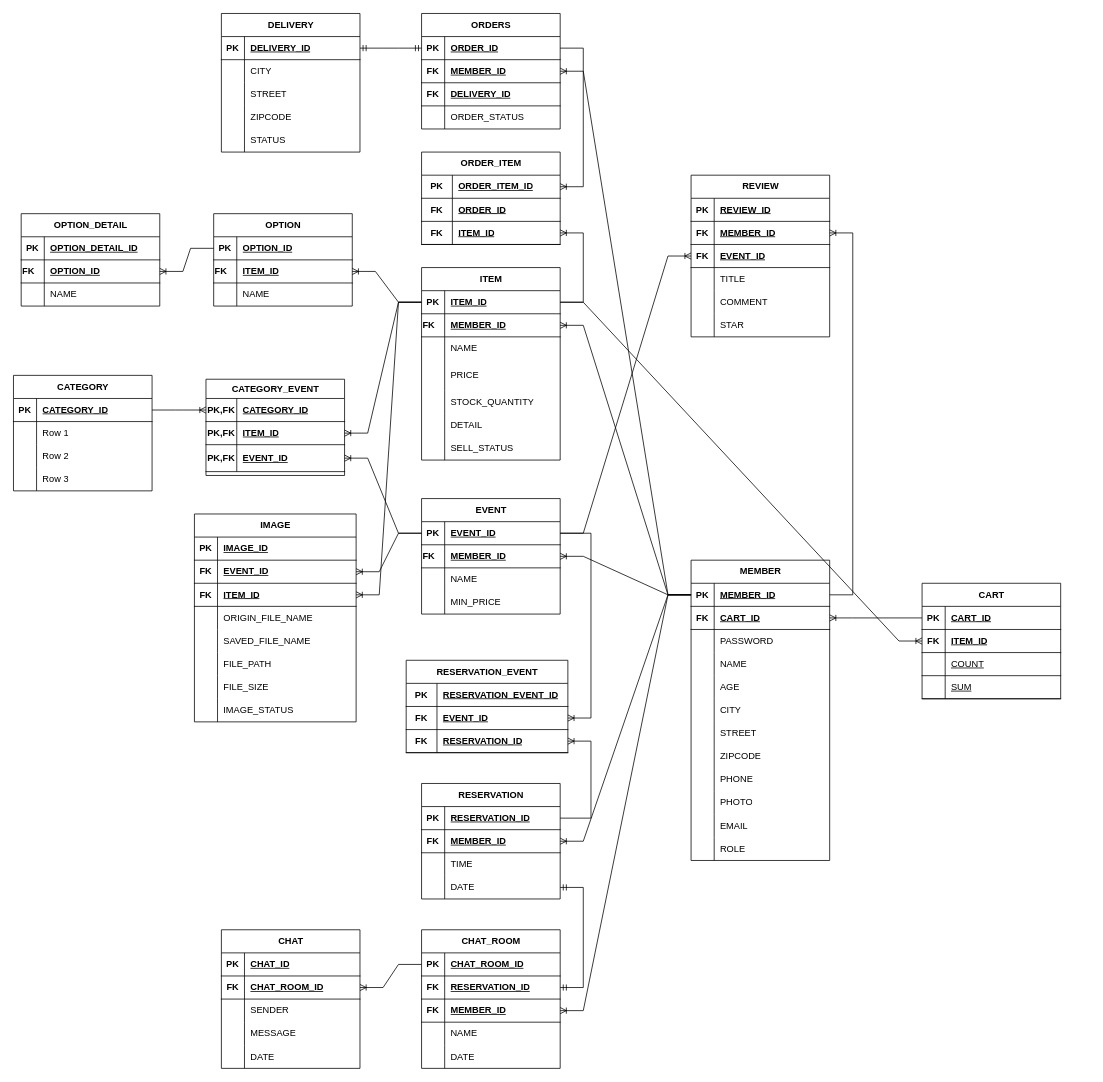
Earlier version of the draw.io diagram EventLinkERD.drawio (leeheeweon/EventLink). Source tidied: cells renumbered, new cells numbered last; positions are measured from the earlier drawing's top-left corner, leaving out a move shared by most shapes. Both pictures are drawn from the tidied source at 77%, with x=0, y=0 at pixel (13, 13).
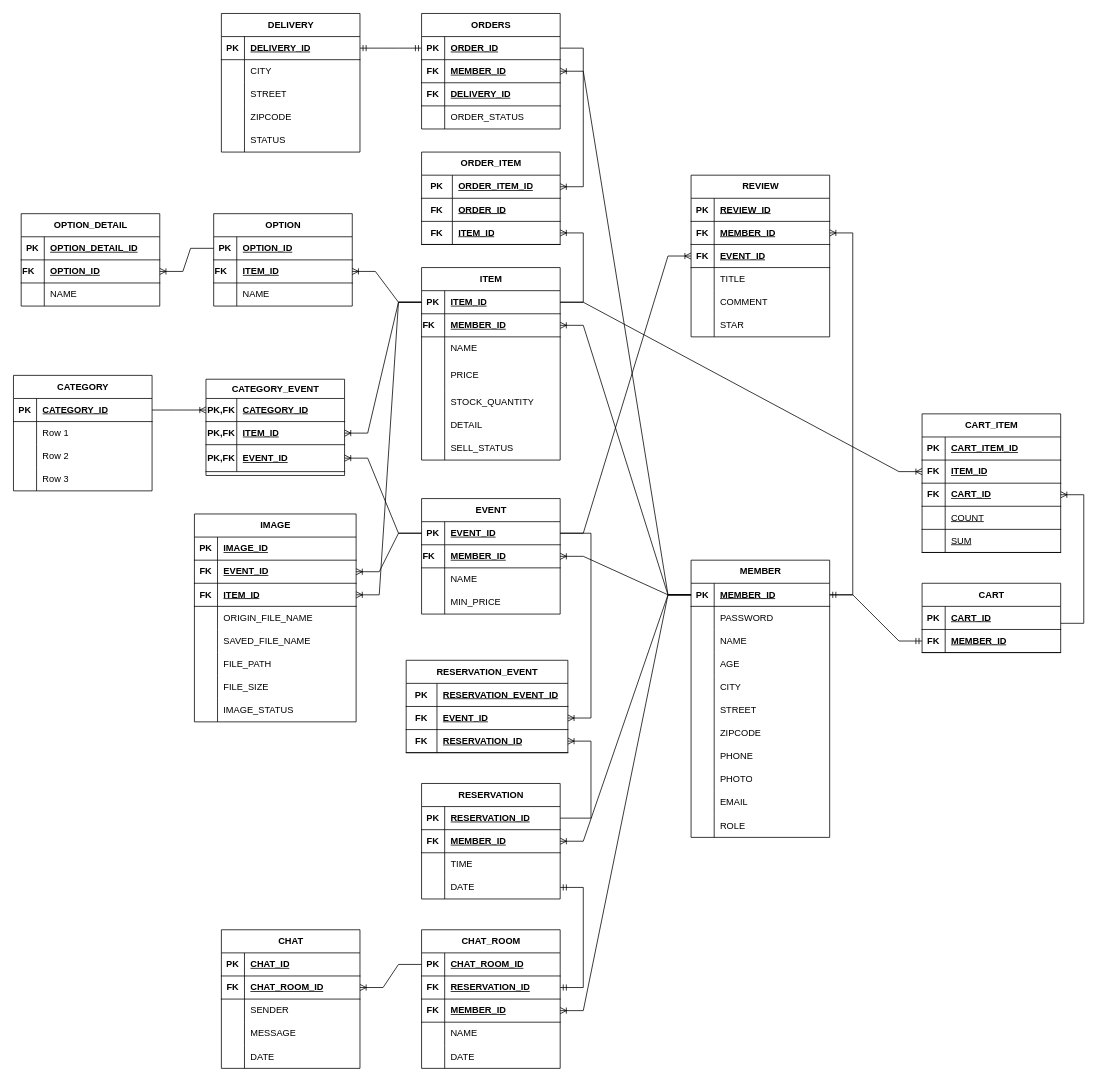
After the change.

Unchanged cells that the change refers to:
```xml
<mxCell id="113" style="shape=tableRow;horizontal=0;startSize=0;swimlaneHead=0;swimlaneBody=0;fillColor=none;points=[[0,0.5],[1,0.5]];portConstraint=eastwest;top=0;left=0;right=0;bottom=1;" parent="112" vertex="1">
  <mxGeometry y="30" width="180" height="30" as="geometry" />
</mxCell>
<mxCell id="177" style="shape=tableRow;horizontal=0;startSize=0;swimlaneHead=0;swimlaneBody=0;fillColor=none;points=[[0,0.5],[1,0.5]];portConstraint=eastwest;top=0;left=0;right=0;bottom=1;" parent="176" vertex="1">
  <mxGeometry y="30" width="180" height="30" as="geometry" />
</mxCell>
<mxCell id="213" style="shape=tableRow;horizontal=0;startSize=0;swimlaneHead=0;swimlaneBody=0;fillColor=none;points=[[0,0.5],[1,0.5]];portConstraint=eastwest;top=0;left=0;right=0;bottom=1;" parent="212" vertex="1">
  <mxGeometry y="30" width="180" height="30" as="geometry" />
</mxCell>
```

The edit, as a diff of the source:
```diff
@@
     <mxCell id="112" value="MEMBER" style="shape=table;startSize=30;childLayout=tableLayout;rowLines=0;fontStyle=1;align=center;html=1;" parent="1" vertex="1">
-      <mxGeometry x="880" y="710" width="180" height="390" as="geometry" />
+      <mxGeometry x="880" y="710" width="180" height="360" as="geometry" />
     </mxCell>
@@
-    <mxCell id="116" style="shape=tableRow;horizontal=0;startSize=0;swimlaneHead=0;swimlaneBody=0;fillColor=none;points=[[0,0.5],[1,0.5]];portConstraint=eastwest;top=0;left=0;right=0;bottom=1;" parent="112" vertex="1">
-      <mxGeometry y="60" width="180" height="30" as="geometry" />
-    </mxCell>
-    <mxCell id="117" value="FK" style="shape=partialRectangle;fillColor=none;top=0;left=0;bottom=0;right=0;fontStyle=1;overflow=hidden;whiteSpace=wrap;html=1;" parent="116" vertex="1">
-      <mxGeometry width="30" height="30" as="geometry" />
-    </mxCell>
-    <mxCell id="118" value="CART_ID" style="shape=partialRectangle;fillColor=none;top=0;left=0;bottom=0;right=0;align=left;spacingLeft=6;fontStyle=5;overflow=hidden;whiteSpace=wrap;html=1;" parent="116" vertex="1">
-      <mxGeometry x="30" width="150" height="30" as="geometry" />
-    </mxCell>
     <mxCell id="119" style="shape=tableRow;horizontal=0;startSize=0;swimlaneHead=0;swimlaneBody=0;fillColor=none;top=0;left=0;right=0;bottom=0;" parent="112" vertex="1">
-      <mxGeometry y="90" width="180" height="30" as="geometry" />
+      <mxGeometry y="60" width="180" height="30" as="geometry" />
     </mxCell>
@@
     <mxCell id="122" style="shape=tableRow;horizontal=0;startSize=0;swimlaneHead=0;swimlaneBody=0;fillColor=none;top=0;left=0;right=0;bottom=0;" parent="112" vertex="1">
-      <mxGeometry y="120" width="180" height="30" as="geometry" />
+      <mxGeometry y="90" width="180" height="30" as="geometry" />
     </mxCell>
@@
     <mxCell id="125" style="shape=tableRow;horizontal=0;startSize=0;swimlaneHead=0;swimlaneBody=0;fillColor=none;top=0;left=0;right=0;bottom=0;" parent="112" vertex="1">
-      <mxGeometry y="150" width="180" height="30" as="geometry" />
+      <mxGeometry y="120" width="180" height="30" as="geometry" />
     </mxCell>
@@
     <mxCell id="128" style="shape=tableRow;horizontal=0;startSize=0;swimlaneHead=0;swimlaneBody=0;fillColor=none;top=0;left=0;right=0;bottom=0;" parent="112" vertex="1">
-      <mxGeometry y="180" width="180" height="30" as="geometry" />
+      <mxGeometry y="150" width="180" height="30" as="geometry" />
     </mxCell>
@@
     <mxCell id="131" style="shape=tableRow;horizontal=0;startSize=0;swimlaneHead=0;swimlaneBody=0;fillColor=none;top=0;left=0;right=0;bottom=0;" parent="112" vertex="1">
-      <mxGeometry y="210" width="180" height="30" as="geometry" />
+      <mxGeometry y="180" width="180" height="30" as="geometry" />
     </mxCell>
@@
     <mxCell id="134" style="shape=tableRow;horizontal=0;startSize=0;swimlaneHead=0;swimlaneBody=0;fillColor=none;top=0;left=0;right=0;bottom=0;" parent="112" vertex="1">
-      <mxGeometry y="240" width="180" height="30" as="geometry" />
+      <mxGeometry y="210" width="180" height="30" as="geometry" />
     </mxCell>
@@
     <mxCell id="137" style="shape=tableRow;horizontal=0;startSize=0;swimlaneHead=0;swimlaneBody=0;fillColor=none;top=0;left=0;right=0;bottom=0;" parent="112" vertex="1">
-      <mxGeometry y="270" width="180" height="30" as="geometry" />
+      <mxGeometry y="240" width="180" height="30" as="geometry" />
     </mxCell>
@@
     <mxCell id="140" style="shape=tableRow;horizontal=0;startSize=0;swimlaneHead=0;swimlaneBody=0;fillColor=none;top=0;left=0;right=0;bottom=0;" parent="112" vertex="1">
-      <mxGeometry y="300" width="180" height="30" as="geometry" />
+      <mxGeometry y="270" width="180" height="30" as="geometry" />
     </mxCell>
@@
     <mxCell id="143" style="shape=tableRow;horizontal=0;startSize=0;swimlaneHead=0;swimlaneBody=0;fillColor=none;top=0;left=0;right=0;bottom=0;" parent="112" vertex="1">
-      <mxGeometry y="330" width="180" height="30" as="geometry" />
+      <mxGeometry y="300" width="180" height="30" as="geometry" />
     </mxCell>
@@
     <mxCell id="146" style="shape=tableRow;horizontal=0;startSize=0;swimlaneHead=0;swimlaneBody=0;fillColor=none;top=0;left=0;right=0;bottom=0;" parent="112" vertex="1">
-      <mxGeometry y="360" width="180" height="30" as="geometry" />
+      <mxGeometry y="330" width="180" height="30" as="geometry" />
     </mxCell>
@@
     <mxCell id="212" value="CART" style="shape=table;startSize=30;childLayout=tableLayout;rowLines=0;fontStyle=1;align=center;html=1;" parent="1" vertex="1">
-      <mxGeometry x="1180" y="740" width="180" height="150" as="geometry" />
+      <mxGeometry x="1180" y="740" width="180" height="90" as="geometry" />
     </mxCell>
@@
-    <mxCell id="216" style="shape=tableRow;horizontal=0;startSize=0;swimlaneHead=0;swimlaneBody=0;fillColor=none;points=[[0,0.5],[1,0.5]];portConstraint=eastwest;top=0;left=0;right=0;bottom=1;" parent="212" vertex="1">
-      <mxGeometry y="60" width="180" height="30" as="geometry" />
-    </mxCell>
-    <mxCell id="217" value="FK" style="shape=partialRectangle;fillColor=none;top=0;left=0;bottom=0;right=0;fontStyle=1;overflow=hidden;whiteSpace=wrap;html=1;" parent="216" vertex="1">
-      <mxGeometry width="30" height="30" as="geometry" />
-    </mxCell>
-    <mxCell id="218" value="ITEM_ID" style="shape=partialRectangle;fillColor=none;top=0;left=0;bottom=0;right=0;align=left;spacingLeft=6;fontStyle=5;overflow=hidden;whiteSpace=wrap;html=1;" parent="216" vertex="1">
-      <mxGeometry x="30" width="150" height="30" as="geometry" />
-    </mxCell>
-    <mxCell id="219" style="shape=tableRow;horizontal=0;startSize=0;swimlaneHead=0;swimlaneBody=0;fillColor=none;points=[[0,0.5],[1,0.5]];portConstraint=eastwest;top=0;left=0;right=0;bottom=1;" parent="212" vertex="1">
-      <mxGeometry y="90" width="180" height="30" as="geometry" />
-    </mxCell>
-    <mxCell id="220" style="shape=partialRectangle;fillColor=none;top=0;left=0;bottom=0;right=0;fontStyle=1;overflow=hidden;whiteSpace=wrap;html=1;strokeColor=default;" parent="219" vertex="1">
-      <mxGeometry width="30" height="30" as="geometry" />
-    </mxCell>
-    <mxCell id="221" value="&lt;span style=&quot;font-weight: normal;&quot;&gt;COUNT&lt;/span&gt;" style="shape=partialRectangle;fillColor=none;top=0;left=0;bottom=0;right=0;align=left;spacingLeft=6;fontStyle=5;overflow=hidden;whiteSpace=wrap;html=1;strokeColor=default;" parent="219" vertex="1">
-      <mxGeometry x="30" width="150" height="30" as="geometry" />
-    </mxCell>
-    <mxCell id="222" style="shape=tableRow;horizontal=0;startSize=0;swimlaneHead=0;swimlaneBody=0;fillColor=none;top=0;left=0;right=0;bottom=1;" parent="212" vertex="1">
-      <mxGeometry y="120" width="180" height="30" as="geometry" />
-    </mxCell>
-    <mxCell id="223" style="shape=partialRectangle;fillColor=none;top=0;left=0;bottom=0;right=0;fontStyle=1;overflow=hidden;whiteSpace=wrap;html=1;strokeColor=default;" parent="222" vertex="1">
-      <mxGeometry width="30" height="30" as="geometry" />
-    </mxCell>
-    <mxCell id="224" value="&lt;span style=&quot;font-weight: normal;&quot;&gt;SUM&lt;/span&gt;" style="shape=partialRectangle;fillColor=none;top=0;left=0;bottom=0;right=0;align=left;spacingLeft=6;fontStyle=5;overflow=hidden;whiteSpace=wrap;html=1;strokeColor=default;" parent="222" vertex="1">
-      <mxGeometry x="30" width="150" height="30" as="geometry" />
-    </mxCell>
+    <mxCell id="291" style="shape=tableRow;horizontal=0;startSize=0;swimlaneHead=0;swimlaneBody=0;fillColor=none;points=[[0,0.5],[1,0.5]];portConstraint=eastwest;top=0;left=0;right=0;bottom=1;" parent="212" vertex="1">
+      <mxGeometry y="60" width="180" height="30" as="geometry" />
+    </mxCell>
+    <mxCell id="292" value="FK" style="shape=partialRectangle;fillColor=none;top=0;left=0;bottom=0;right=0;fontStyle=1;overflow=hidden;whiteSpace=wrap;html=1;" parent="291" vertex="1">
+      <mxGeometry width="30" height="30" as="geometry" />
+    </mxCell>
+    <mxCell id="293" value="MEMBER_ID" style="shape=partialRectangle;fillColor=none;top=0;left=0;bottom=0;right=0;align=left;spacingLeft=6;fontStyle=5;overflow=hidden;whiteSpace=wrap;html=1;" parent="291" vertex="1">
+      <mxGeometry x="30" width="150" height="30" as="geometry" />
+    </mxCell>
@@
-    <mxCell id="289" style="edgeStyle=entityRelationEdgeStyle;fontSize=12;html=1;endArrow=ERoneToMany;rounded=0;" parent="1" edge="1" source="177" target="216">
+    <mxCell id="289" style="edgeStyle=entityRelationEdgeStyle;fontSize=12;html=1;endArrow=ERoneToMany;rounded=0;" parent="1" edge="1" source="177" target="298">
       <mxGeometry relative="1" as="geometry" />
     </mxCell>
-    <mxCell id="290" style="edgeStyle=entityRelationEdgeStyle;fontSize=12;html=1;endArrow=ERoneToMany;rounded=0;exitX=0;exitY=0.5;exitDx=0;exitDy=0;" parent="1" edge="1" source="213" target="116">
-      <mxGeometry relative="1" as="geometry" />
-    </mxCell>
+    <mxCell id="294" value="CART_ITEM" style="shape=table;startSize=30;childLayout=tableLayout;rowLines=0;fontStyle=1;align=center;html=1;" parent="1" vertex="1">
+      <mxGeometry x="1180" y="520" width="180" height="180" as="geometry" />
+    </mxCell>
+    <mxCell id="295" style="shape=tableRow;horizontal=0;startSize=0;swimlaneHead=0;swimlaneBody=0;fillColor=none;top=0;left=0;right=0;bottom=1;" parent="294" vertex="1">
+      <mxGeometry y="30" width="180" height="30" as="geometry" />
+    </mxCell>
+    <mxCell id="296" value="PK" style="shape=partialRectangle;fillColor=none;top=0;left=0;bottom=0;right=0;fontStyle=1;overflow=hidden;whiteSpace=wrap;html=1;" parent="295" vertex="1">
+      <mxGeometry width="30" height="30" as="geometry" />
+    </mxCell>
+    <mxCell id="297" value="CART_ITEM_ID" style="shape=partialRectangle;fillColor=none;top=0;left=0;bottom=0;right=0;align=left;spacingLeft=6;fontStyle=5;overflow=hidden;whiteSpace=wrap;html=1;" parent="295" vertex="1">
+      <mxGeometry x="30" width="150" height="30" as="geometry" />
+    </mxCell>
+    <mxCell id="298" style="shape=tableRow;horizontal=0;startSize=0;swimlaneHead=0;swimlaneBody=0;fillColor=none;points=[[0,0.5],[1,0.5]];portConstraint=eastwest;top=0;left=0;right=0;bottom=1;" parent="294" vertex="1">
+      <mxGeometry y="60" width="180" height="30" as="geometry" />
+    </mxCell>
+    <mxCell id="299" value="FK" style="shape=partialRectangle;fillColor=none;top=0;left=0;bottom=0;right=0;fontStyle=1;overflow=hidden;whiteSpace=wrap;html=1;" parent="298" vertex="1">
+      <mxGeometry width="30" height="30" as="geometry" />
+    </mxCell>
+    <mxCell id="218" value="ITEM_ID" style="shape=partialRectangle;fillColor=none;top=0;left=0;bottom=0;right=0;align=left;spacingLeft=6;fontStyle=5;overflow=hidden;whiteSpace=wrap;html=1;" parent="298" vertex="1">
+      <mxGeometry x="30" width="150" height="30" as="geometry" />
+    </mxCell>
+    <mxCell id="219" style="shape=tableRow;horizontal=0;startSize=0;swimlaneHead=0;swimlaneBody=0;fillColor=none;points=[[0,0.5],[1,0.5]];portConstraint=eastwest;top=0;left=0;right=0;bottom=1;" parent="294" vertex="1">
+      <mxGeometry y="90" width="180" height="30" as="geometry" />
+    </mxCell>
+    <mxCell id="300" value="FK" style="shape=partialRectangle;fillColor=none;top=0;left=0;bottom=0;right=0;fontStyle=1;overflow=hidden;whiteSpace=wrap;html=1;" parent="219" vertex="1">
+      <mxGeometry width="30" height="30" as="geometry" />
+    </mxCell>
+    <mxCell id="118" value="CART_ID" style="shape=partialRectangle;fillColor=none;top=0;left=0;bottom=0;right=0;align=left;spacingLeft=6;fontStyle=5;overflow=hidden;whiteSpace=wrap;html=1;" parent="219" vertex="1">
+      <mxGeometry x="30" width="150" height="30" as="geometry" />
+    </mxCell>
+    <mxCell id="222" style="shape=tableRow;horizontal=0;startSize=0;swimlaneHead=0;swimlaneBody=0;fillColor=none;top=0;left=0;right=0;bottom=1;" parent="294" vertex="1">
+      <mxGeometry y="120" width="180" height="30" as="geometry" />
+    </mxCell>
+    <mxCell id="301" style="shape=partialRectangle;fillColor=none;top=0;left=0;bottom=0;right=0;fontStyle=1;overflow=hidden;whiteSpace=wrap;html=1;strokeColor=default;" parent="222" vertex="1">
+      <mxGeometry width="30" height="30" as="geometry" />
+    </mxCell>
+    <mxCell id="221" value="&lt;span style=&quot;font-weight: normal;&quot;&gt;COUNT&lt;/span&gt;" style="shape=partialRectangle;fillColor=none;top=0;left=0;bottom=0;right=0;align=left;spacingLeft=6;fontStyle=5;overflow=hidden;whiteSpace=wrap;html=1;strokeColor=default;" parent="222" vertex="1">
+      <mxGeometry x="30" width="150" height="30" as="geometry" />
+    </mxCell>
+    <mxCell id="302" style="shape=tableRow;horizontal=0;startSize=0;swimlaneHead=0;swimlaneBody=0;fillColor=none;top=0;left=0;right=0;bottom=1;" parent="294" vertex="1">
+      <mxGeometry y="150" width="180" height="30" as="geometry" />
+    </mxCell>
+    <mxCell id="303" style="shape=partialRectangle;fillColor=none;top=0;left=0;bottom=0;right=0;fontStyle=1;overflow=hidden;whiteSpace=wrap;html=1;strokeColor=default;" parent="302" vertex="1">
+      <mxGeometry width="30" height="30" as="geometry" />
+    </mxCell>
+    <mxCell id="224" value="&lt;span style=&quot;font-weight: normal;&quot;&gt;SUM&lt;/span&gt;" style="shape=partialRectangle;fillColor=none;top=0;left=0;bottom=0;right=0;align=left;spacingLeft=6;fontStyle=5;overflow=hidden;whiteSpace=wrap;html=1;strokeColor=default;" parent="302" vertex="1">
+      <mxGeometry x="30" width="150" height="30" as="geometry" />
+    </mxCell>
+    <mxCell id="304" style="edgeStyle=entityRelationEdgeStyle;fontSize=12;html=1;endArrow=ERmandOne;startArrow=ERmandOne;rounded=0;" parent="1" edge="1" source="113" target="291">
+      <mxGeometry relative="1" as="geometry" />
+    </mxCell>
+    <mxCell id="305" style="edgeStyle=entityRelationEdgeStyle;fontSize=12;html=1;endArrow=ERoneToMany;rounded=0;exitX=1;exitY=0.733;exitDx=0;exitDy=0;exitPerimeter=0;" parent="1" edge="1" source="213" target="219">
+      <mxGeometry relative="1" as="geometry" />
+    </mxCell>
```
